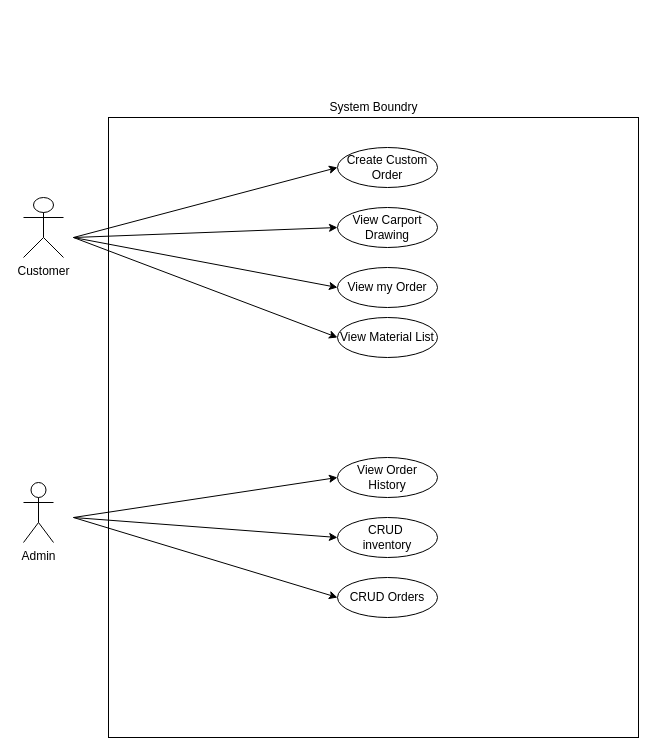
Above: Use Case Diagram.drawio in KD131/2.-Semester-Flow-5-Fog-projekt (draw.io), before the change. Source tidied: cells renumbered, new cells numbered last; positions are measured from the earlier drawing's top-left corner, leaving out a move shared by most shapes. Both pictures are drawn from the tidied source at 100%, with x=0, y=0 at pixel (23, 97).
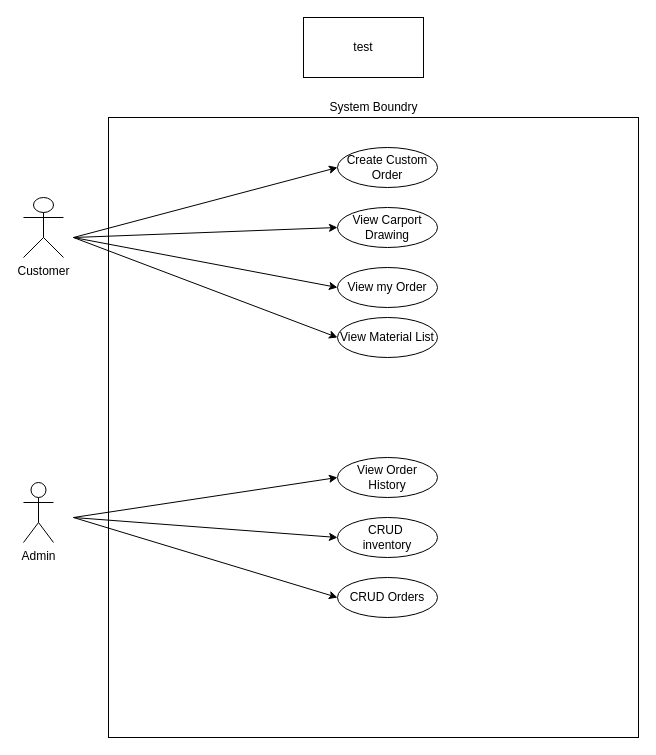
After the change.

Change to the diagram source:
```diff
@@
+    <mxCell id="20" value="test" style="rounded=0;whiteSpace=wrap;html=1;" parent="1" vertex="1">
+      <mxGeometry x="280" y="-80" width="120" height="60" as="geometry" />
+    </mxCell>
```
